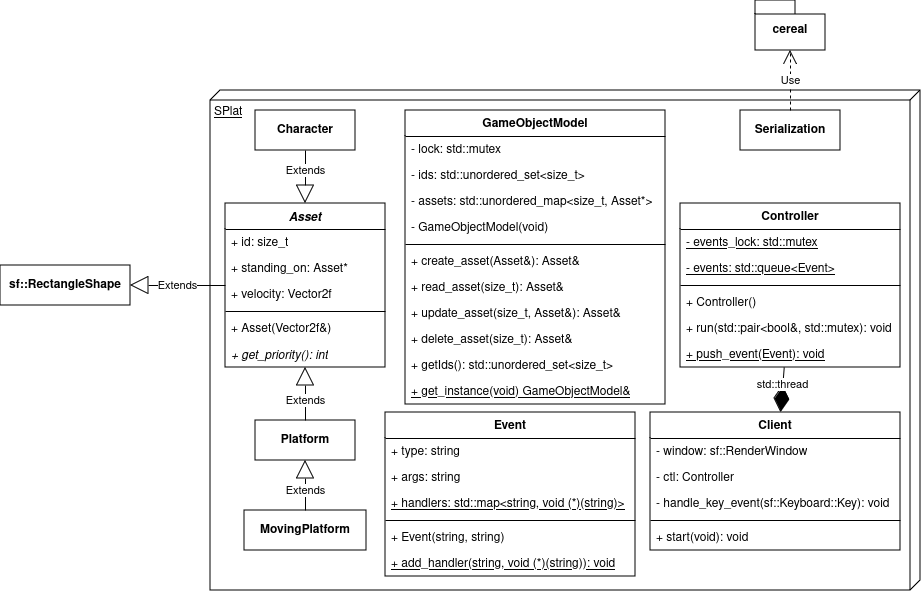
Earlier version of the draw.io export uml/splat_i1_initial.png (mwhicks-dev/SPlat). Source tidied: cells renumbered, new cells last; positions are measured from the earlier drawing's top-left corner, leaving out a move shared by most shapes.
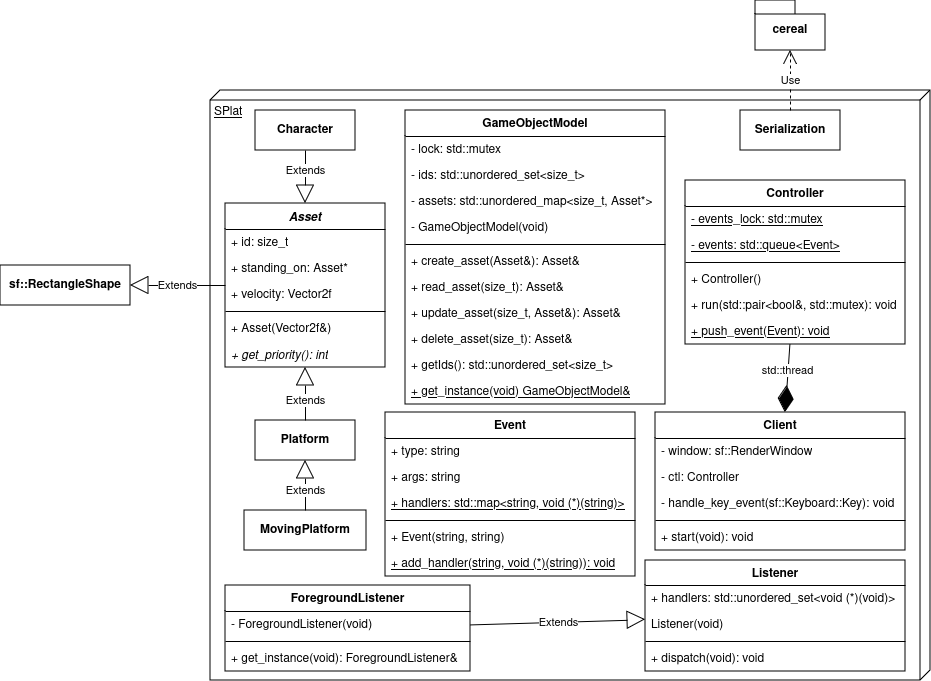
The same file after the commit.

Commit message:
Added listener for handling of client-raised events to UML #3

The edit, as a diff of the source:
```diff
@@ -3,7 +3,7 @@
     <mxCell id="0" />
     <mxCell id="1" parent="0" />
     <mxCell id="2" value="SPlat" style="verticalAlign=top;align=left;spacingTop=8;spacingLeft=2;spacingRight=12;shape=cube;size=10;direction=south;fontStyle=4;html=1;whiteSpace=wrap;" parent="1" vertex="1">
-      <mxGeometry x="210" y="90" width="710" height="500" as="geometry" />
+      <mxGeometry x="210" y="90" width="720" height="590" as="geometry" />
     </mxCell>
     <mxCell id="3" value="&lt;b&gt;sf::RectangleShape&lt;/b&gt;" style="rounded=0;whiteSpace=wrap;html=1;" parent="1" vertex="1">
       <mxGeometry y="265" width="130" height="40" as="geometry" />
@@ -87,7 +87,7 @@
       <mxGeometry y="268" width="260" height="26" as="geometry" />
     </mxCell>
     <mxCell id="30" value="Client" style="swimlane;fontStyle=1;align=center;verticalAlign=top;horizontal=1;startSize=26;whiteSpace=wrap;html=1;" parent="1" vertex="1">
-      <mxGeometry x="650" y="412" width="250" height="138" as="geometry" />
+      <mxGeometry x="655" y="412" width="250" height="138" as="geometry" />
     </mxCell>
     <mxCell id="31" value="- window: sf::RenderWindow" style="text;strokeColor=none;fillColor=none;align=left;verticalAlign=top;spacingLeft=4;spacingRight=4;overflow=hidden;whiteSpace=wrap;html=1;" parent="30" vertex="1">
       <mxGeometry y="26" width="250" height="26" as="geometry" />
@@ -105,7 +105,7 @@
       <mxGeometry y="112" width="250" height="26" as="geometry" />
     </mxCell>
     <mxCell id="36" value="Controller" style="swimlane;fontStyle=1;align=center;verticalAlign=top;horizontal=1;startSize=26;whiteSpace=wrap;html=1;" parent="1" vertex="1">
-      <mxGeometry x="680" y="203" width="220" height="164" as="geometry" />
+      <mxGeometry x="685" y="180" width="220" height="164" as="geometry" />
     </mxCell>
     <mxCell id="37" value="- events_lock: std::mutex" style="text;strokeColor=none;fillColor=none;align=left;verticalAlign=top;spacingLeft=4;spacingRight=4;overflow=hidden;whiteSpace=wrap;html=1;fontStyle=4;" parent="36" vertex="1">
       <mxGeometry y="26" width="220" height="26" as="geometry" />
@@ -161,5 +161,35 @@
     <mxCell id="54" value="Use" style="endArrow=open;endSize=12;dashed=1;html=1;rounded=0;" parent="1" edge="1" source="52" target="53">
       <mxGeometry relative="1" as="geometry" />
     </mxCell>
+    <mxCell id="55" value="&lt;div&gt;Listener&lt;/div&gt;" style="swimlane;fontStyle=1;align=center;verticalAlign=top;horizontal=1;startSize=25;whiteSpace=wrap;html=1;" parent="1" vertex="1">
+      <mxGeometry x="645" y="560" width="260" height="111" as="geometry" />
+    </mxCell>
+    <mxCell id="56" value="+ handlers: std::unordered_set&amp;lt;void (*)(void)&amp;gt;" style="text;strokeColor=none;fillColor=none;align=left;verticalAlign=top;spacingLeft=4;spacingRight=4;overflow=hidden;whiteSpace=wrap;html=1;fontStyle=0;" parent="55" vertex="1">
+      <mxGeometry y="25" width="260" height="26" as="geometry" />
+    </mxCell>
+    <mxCell id="57" value="Listener(void)" style="text;strokeColor=none;fillColor=none;align=left;verticalAlign=top;spacingLeft=4;spacingRight=4;overflow=hidden;whiteSpace=wrap;html=1;fontStyle=0;" parent="55" vertex="1">
+      <mxGeometry y="51" width="260" height="26" as="geometry" />
+    </mxCell>
+    <mxCell id="58" style="line;strokeWidth=1;fillColor=none;align=left;verticalAlign=middle;spacingTop=-1;spacingLeft=3;spacingRight=3;labelPosition=right;strokeColor=inherit;" parent="55" vertex="1">
+      <mxGeometry y="77" width="260" height="8" as="geometry" />
+    </mxCell>
+    <mxCell id="59" value="+ dispatch(void): void" style="text;strokeColor=none;fillColor=none;align=left;verticalAlign=top;spacingLeft=4;spacingRight=4;overflow=hidden;whiteSpace=wrap;html=1;fontStyle=0;" parent="55" vertex="1">
+      <mxGeometry y="85" width="260" height="26" as="geometry" />
+    </mxCell>
+    <mxCell id="60" value="ForegroundListener" style="swimlane;fontStyle=1;align=center;verticalAlign=top;horizontal=1;startSize=26;whiteSpace=wrap;html=1;" parent="1" vertex="1">
+      <mxGeometry x="225" y="585" width="245" height="86" as="geometry" />
+    </mxCell>
+    <mxCell id="61" value="- ForegroundListener(void)" style="text;strokeColor=none;fillColor=none;align=left;verticalAlign=top;spacingLeft=4;spacingRight=4;overflow=hidden;whiteSpace=wrap;html=1;" parent="60" vertex="1">
+      <mxGeometry y="26" width="245" height="26" as="geometry" />
+    </mxCell>
+    <mxCell id="62" style="line;strokeWidth=1;fillColor=none;align=left;verticalAlign=middle;spacingTop=-1;spacingLeft=3;spacingRight=3;labelPosition=right;strokeColor=inherit;" parent="60" vertex="1">
+      <mxGeometry y="52" width="245" height="8" as="geometry" />
+    </mxCell>
+    <mxCell id="63" value="+ get_instance(void): ForegroundListener&amp;amp;" style="text;strokeColor=none;fillColor=none;align=left;verticalAlign=top;spacingLeft=4;spacingRight=4;overflow=hidden;whiteSpace=wrap;html=1;" parent="60" vertex="1">
+      <mxGeometry y="60" width="245" height="26" as="geometry" />
+    </mxCell>
+    <mxCell id="64" value="Extends" style="endArrow=block;endSize=16;endFill=0;html=1;rounded=0;" parent="1" edge="1" source="60" target="55">
+      <mxGeometry relative="1" as="geometry" />
+    </mxCell>
   </root>
 </mxGraphModel>
```
